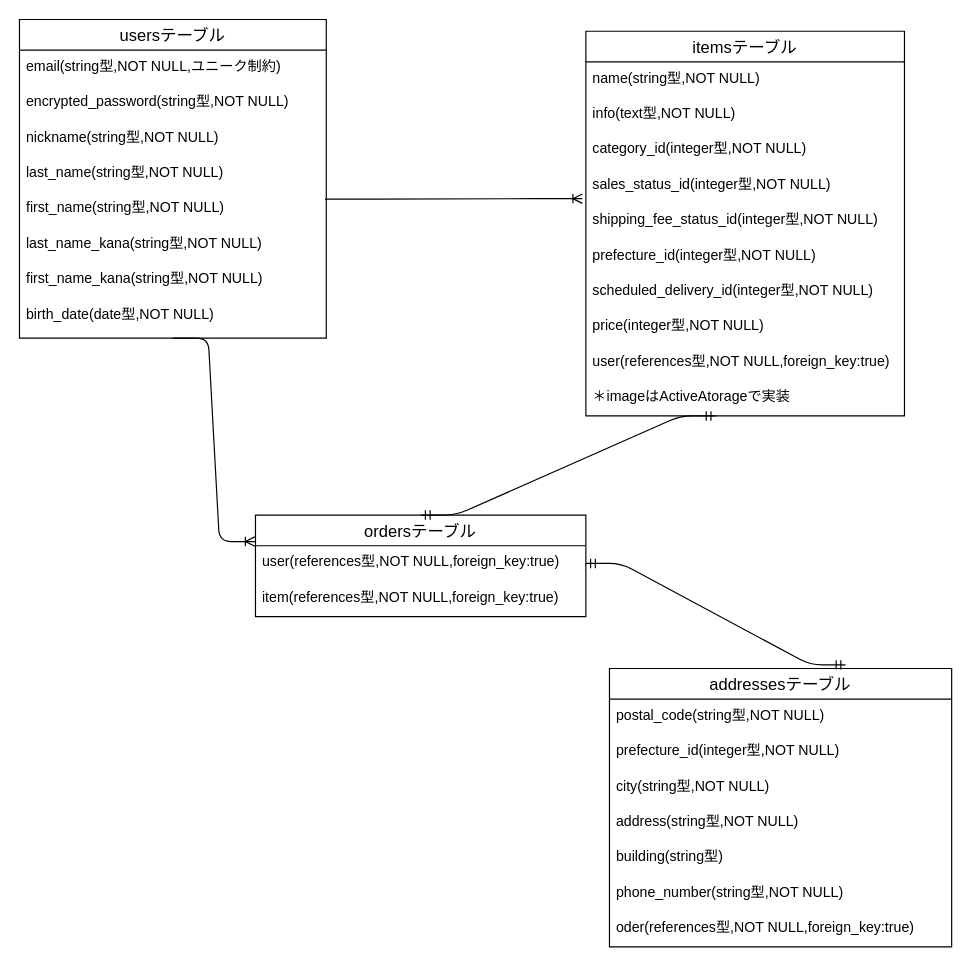
This is db.dio from sea-yassan33/furima-38357, a draw.io file, before an edit. Source tidied: cells renumbered, new cells numbered last; positions are measured from the earlier drawing's top-left corner, leaving out a move shared by most shapes. Both pictures are drawn from the tidied source at 118%, with x=0, y=0 at pixel (19, 19).
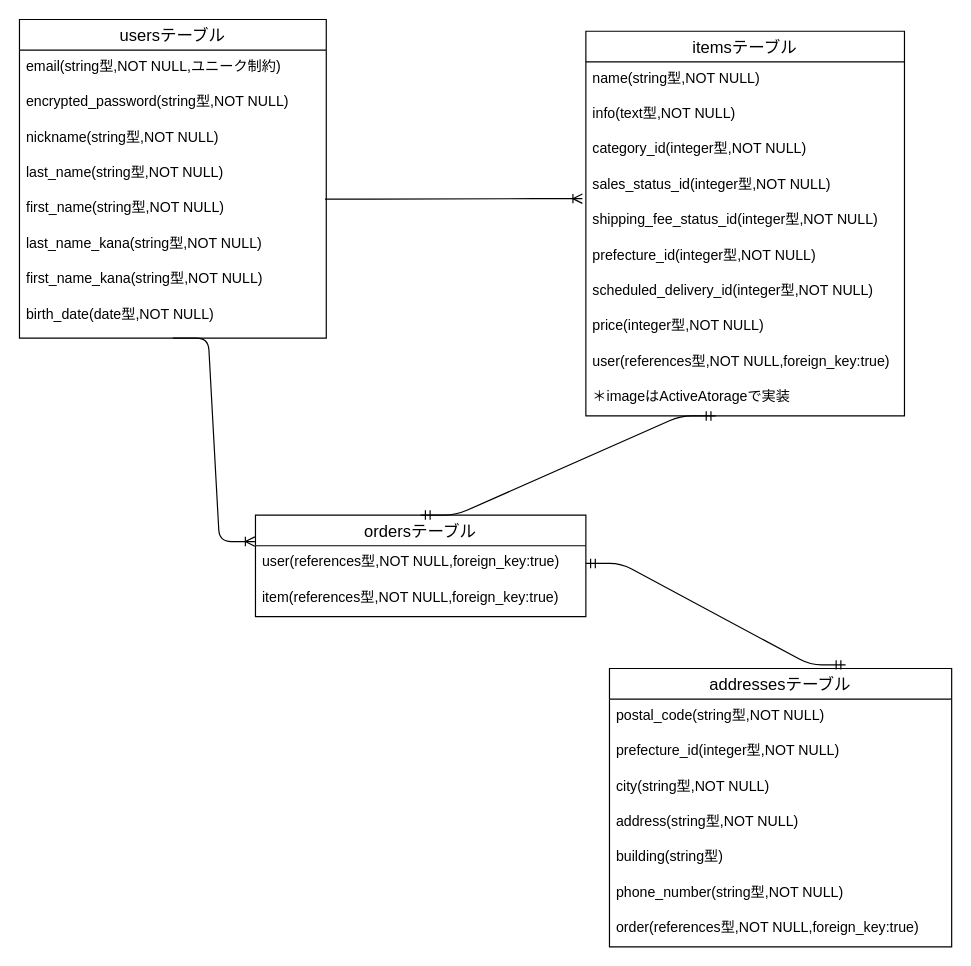
The same page after the edit.

The change refers to these unchanged cells:
```xml
<mxCell id="26" value="addressesテーブル" style="swimlane;fontStyle=0;horizontal=1;startSize=26;align=center;fontSize=14;" parent="1" vertex="1">
  <mxGeometry x="500" y="550" width="290" height="236" as="geometry" />
</mxCell>
```

What changed in the source:
```diff
@@
-    <mxCell id="33" value="oder(references型,NOT NULL,foreign_key:true)" style="text;strokeColor=none;fillColor=none;spacingLeft=4;spacingRight=4;overflow=hidden;fontSize=12;" parent="26" vertex="1">
+    <mxCell id="33" value="order(references型,NOT NULL,foreign_key:true)" style="text;strokeColor=none;fillColor=none;spacingLeft=4;spacingRight=4;overflow=hidden;fontSize=12;" parent="26" vertex="1">
       <mxGeometry y="206" width="290" height="30" as="geometry" />
     </mxCell>
```
